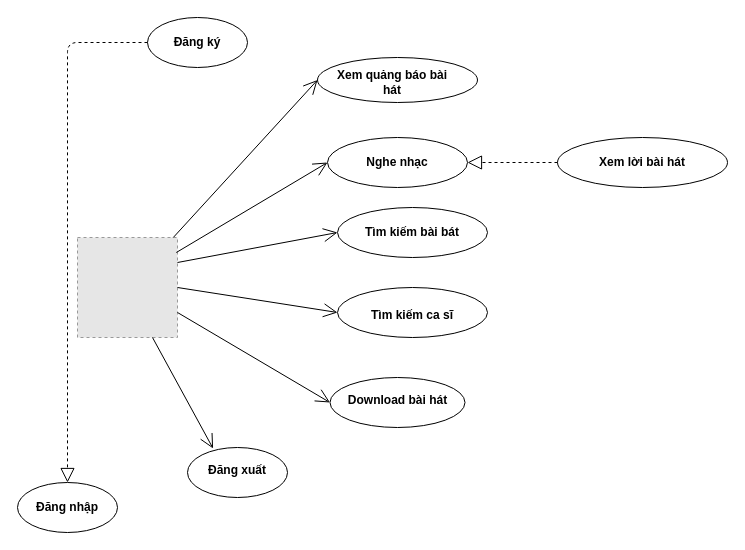
Before: page "user" (1 of 2) of Untitled Diagram.drawio in pophuong2610/hello, a draw.io diagram. Source tidied: cells renumbered, new cells numbered last; positions are measured from the earlier drawing's top-left corner, leaving out a move shared by most shapes. Both pictures are drawn from the tidied source at 100%, with x=0, y=0 at pixel (17, 17). Pictures stored in the file or linked from it are replaced by grey dashed boxes.
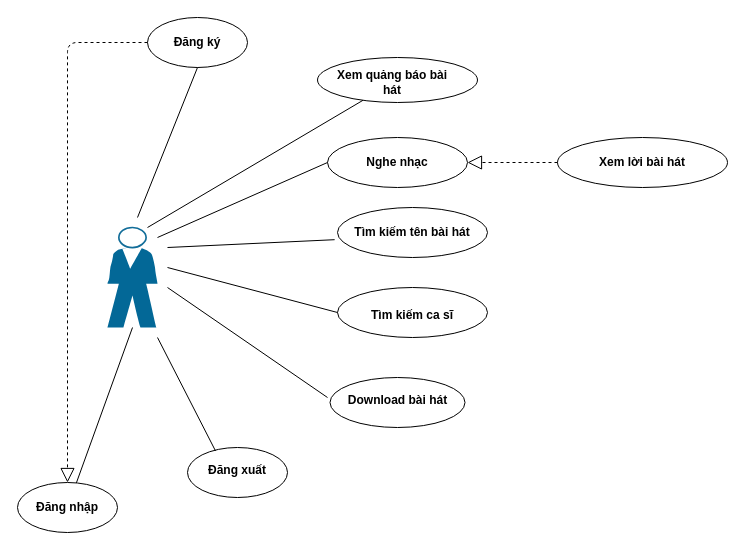
The same page after the edit.

Unchanged cells that the change refers to:
```xml
<mxCell id="2" style="ellipse;whiteSpace=wrap;html=1;" parent="1" vertex="1">
  <mxGeometry x="130" width="100" height="50" as="geometry" />
</mxCell>
<mxCell id="5" style="ellipse;whiteSpace=wrap;html=1;" parent="1" vertex="1">
  <mxGeometry y="465" width="100" height="50" as="geometry" />
</mxCell>
<mxCell id="7" style="ellipse;whiteSpace=wrap;html=1;" parent="1" vertex="1">
  <mxGeometry x="300" y="40" width="160" height="45" as="geometry" />
</mxCell>
<mxCell id="9" style="ellipse;whiteSpace=wrap;html=1;" parent="1" vertex="1">
  <mxGeometry x="310" y="120" width="140" height="50" as="geometry" />
</mxCell>
<mxCell id="11" style="ellipse;whiteSpace=wrap;html=1;" parent="1" vertex="1">
  <mxGeometry x="320" y="190" width="150" height="50" as="geometry" />
</mxCell>
<mxCell id="13" style="ellipse;whiteSpace=wrap;html=1;" parent="1" vertex="1">
  <mxGeometry x="320" y="270" width="150" height="50" as="geometry" />
</mxCell>
<mxCell id="15" style="ellipse;whiteSpace=wrap;html=1;" parent="1" vertex="1">
  <mxGeometry x="170" y="430" width="100" height="50" as="geometry" />
</mxCell>
<mxCell id="19" style="ellipse;whiteSpace=wrap;html=1;" parent="1" vertex="1">
  <mxGeometry x="312.5" y="360" width="135" height="50" as="geometry" />
</mxCell>
```

What changed in the source:
```diff
@@
-    <mxCell id="3" style="fillColor=#E6E6E6;strokeColor=#999999;dashed=1;html=1;verticalAlign=top;verticalLabelPosition=bottom;labelBackgroundColor=#ffffff;" parent="1" vertex="1">
-      <mxGeometry x="60" y="220" width="100" height="100" as="geometry" />
-    </mxCell>
@@
-    <mxCell id="12" value="&lt;b&gt;Tìm kiếm bài bát&lt;/b&gt;" style="text;html=1;strokeColor=none;fillColor=none;align=center;verticalAlign=middle;whiteSpace=wrap;rounded=0;" parent="1" vertex="1">
+    <mxCell id="12" value="&lt;b&gt;Tìm kiếm tên bài hát&lt;/b&gt;" style="text;html=1;strokeColor=none;fillColor=none;align=center;verticalAlign=middle;whiteSpace=wrap;rounded=0;" parent="1" vertex="1">
       <mxGeometry x="330" y="207.5" width="130" height="15" as="geometry" />
     </mxCell>
@@
-    <mxCell id="23" style="endArrow=open;endFill=1;endSize=12;html=1;entryX=0;entryY=0.5;entryDx=0;entryDy=0;" parent="1" edge="1" source="3" target="7">
-      <mxGeometry relative="1" as="geometry" />
-    </mxCell>
-    <mxCell id="24" style="endArrow=open;endFill=1;endSize=12;html=1;entryX=0;entryY=0.5;entryDx=0;entryDy=0;exitX=0.988;exitY=0.15;exitDx=0;exitDy=0;exitPerimeter=0;" parent="1" edge="1" source="3" target="9">
-      <mxGeometry relative="1" as="geometry" />
-    </mxCell>
-    <mxCell id="25" style="endArrow=open;endFill=1;endSize=12;html=1;entryX=0;entryY=0.5;entryDx=0;entryDy=0;exitX=1;exitY=0.25;exitDx=0;exitDy=0;" parent="1" edge="1" source="3" target="11">
-      <mxGeometry relative="1" as="geometry" />
-    </mxCell>
-    <mxCell id="26" style="endArrow=open;endFill=1;endSize=12;html=1;entryX=0;entryY=0.5;entryDx=0;entryDy=0;exitX=1;exitY=0.5;exitDx=0;exitDy=0;" parent="1" edge="1" source="3" target="13">
-      <mxGeometry relative="1" as="geometry" />
-    </mxCell>
-    <mxCell id="27" style="endArrow=open;endFill=1;endSize=12;html=1;entryX=0;entryY=0.5;entryDx=0;entryDy=0;exitX=1;exitY=0.75;exitDx=0;exitDy=0;" parent="1" edge="1" source="3" target="19">
-      <mxGeometry relative="1" as="geometry" />
-    </mxCell>
-    <mxCell id="28" style="endArrow=open;endFill=1;endSize=12;html=1;entryX=0.256;entryY=0.02;entryDx=0;entryDy=0;entryPerimeter=0;exitX=0.75;exitY=1;exitDx=0;exitDy=0;" parent="1" edge="1" source="3" target="15">
-      <mxGeometry relative="1" as="geometry" />
-    </mxCell>
+    <mxCell id="29" style="shape=mxgraph.cisco.people.standing_man;html=1;dashed=0;fillColor=#036897;strokeColor=#ffffff;strokeWidth=2;verticalLabelPosition=bottom;verticalAlign=top;align=center;outlineConnect=0;" parent="1" vertex="1">
+      <mxGeometry x="90" y="210" width="50" height="100" as="geometry" />
+    </mxCell>
+    <mxCell id="30" style="endArrow=none;html=1;entryX=0.5;entryY=1;entryDx=0;entryDy=0;" parent="1" edge="1" target="2">
+      <mxGeometry relative="1" as="geometry">
+        <mxPoint x="120" y="200" as="sourcePoint" />
+      </mxGeometry>
+    </mxCell>
+    <mxCell id="31" style="endArrow=none;html=1;" parent="1" edge="1" target="7">
+      <mxGeometry relative="1" as="geometry">
+        <mxPoint x="130" y="210" as="sourcePoint" />
+      </mxGeometry>
+    </mxCell>
+    <mxCell id="32" style="endArrow=none;html=1;entryX=0;entryY=0.5;entryDx=0;entryDy=0;" parent="1" edge="1" target="9">
+      <mxGeometry relative="1" as="geometry">
+        <mxPoint x="140" y="220" as="sourcePoint" />
+      </mxGeometry>
+    </mxCell>
+    <mxCell id="33" style="endArrow=none;html=1;entryX=-0.019;entryY=0.644;entryDx=0;entryDy=0;entryPerimeter=0;" parent="1" edge="1" target="11">
+      <mxGeometry relative="1" as="geometry">
+        <mxPoint x="150" y="230" as="sourcePoint" />
+      </mxGeometry>
+    </mxCell>
+    <mxCell id="34" style="endArrow=none;html=1;entryX=0;entryY=0.5;entryDx=0;entryDy=0;" parent="1" edge="1" target="13">
+      <mxGeometry relative="1" as="geometry">
+        <mxPoint x="150" y="250" as="sourcePoint" />
+      </mxGeometry>
+    </mxCell>
+    <mxCell id="35" style="endArrow=none;html=1;" parent="1" edge="1">
+      <mxGeometry relative="1" as="geometry">
+        <mxPoint x="150" y="270" as="sourcePoint" />
+        <mxPoint x="310" y="380" as="targetPoint" />
+      </mxGeometry>
+    </mxCell>
+    <mxCell id="36" style="endArrow=none;html=1;entryX=0.28;entryY=0.068;entryDx=0;entryDy=0;entryPerimeter=0;" parent="1" edge="1" target="15">
+      <mxGeometry relative="1" as="geometry">
+        <mxPoint x="140" y="320" as="sourcePoint" />
+      </mxGeometry>
+    </mxCell>
+    <mxCell id="37" style="endArrow=none;html=1;exitX=0.5;exitY=1;exitDx=0;exitDy=0;exitPerimeter=0;" parent="1" edge="1" source="29" target="5">
+      <mxGeometry relative="1" as="geometry" />
+    </mxCell>
```
